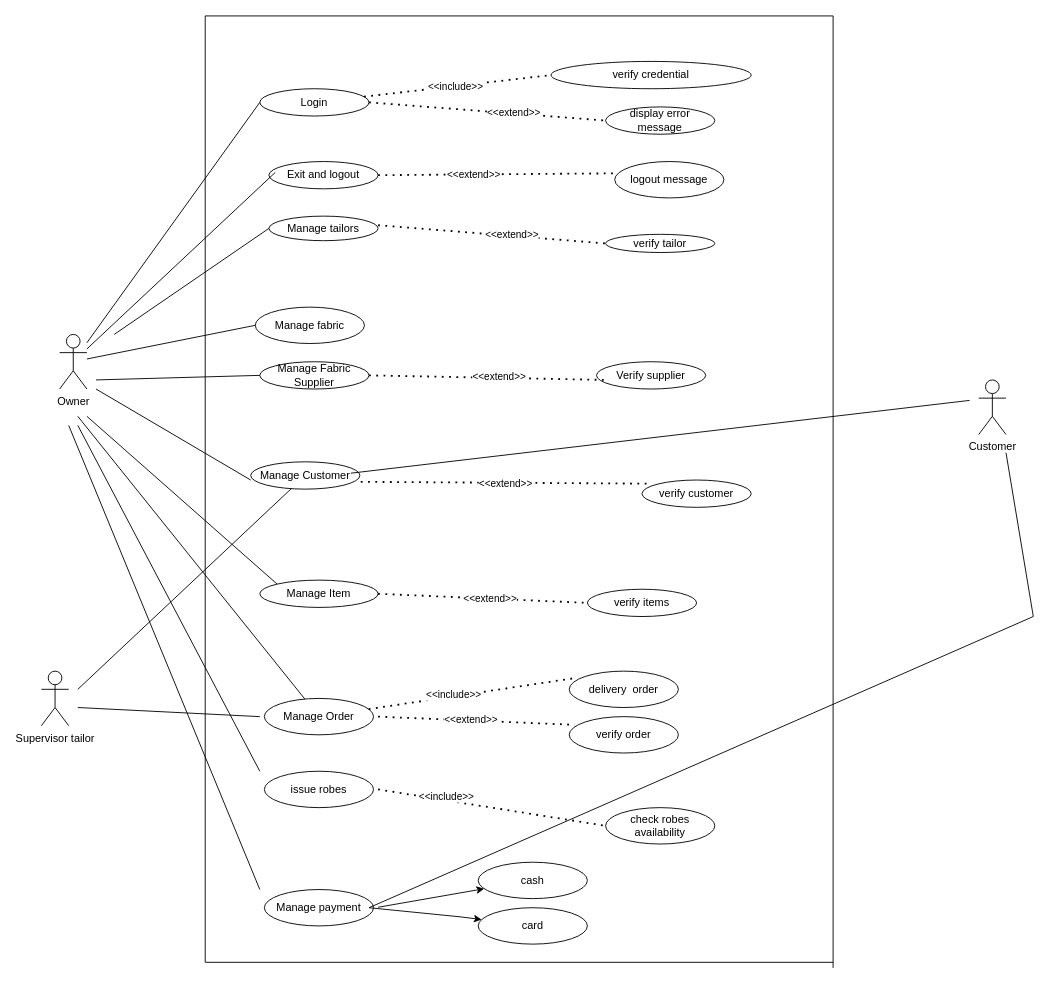
Before: Untitled Diagram.drawio in sarasiVidumini/drawio, a draw.io diagram. Source tidied: cells renumbered, new cells numbered last; positions are measured from the earlier drawing's top-left corner, leaving out a move shared by most shapes. Both pictures are drawn from the tidied source at 91%, with x=0, y=0 at pixel (41, 15).
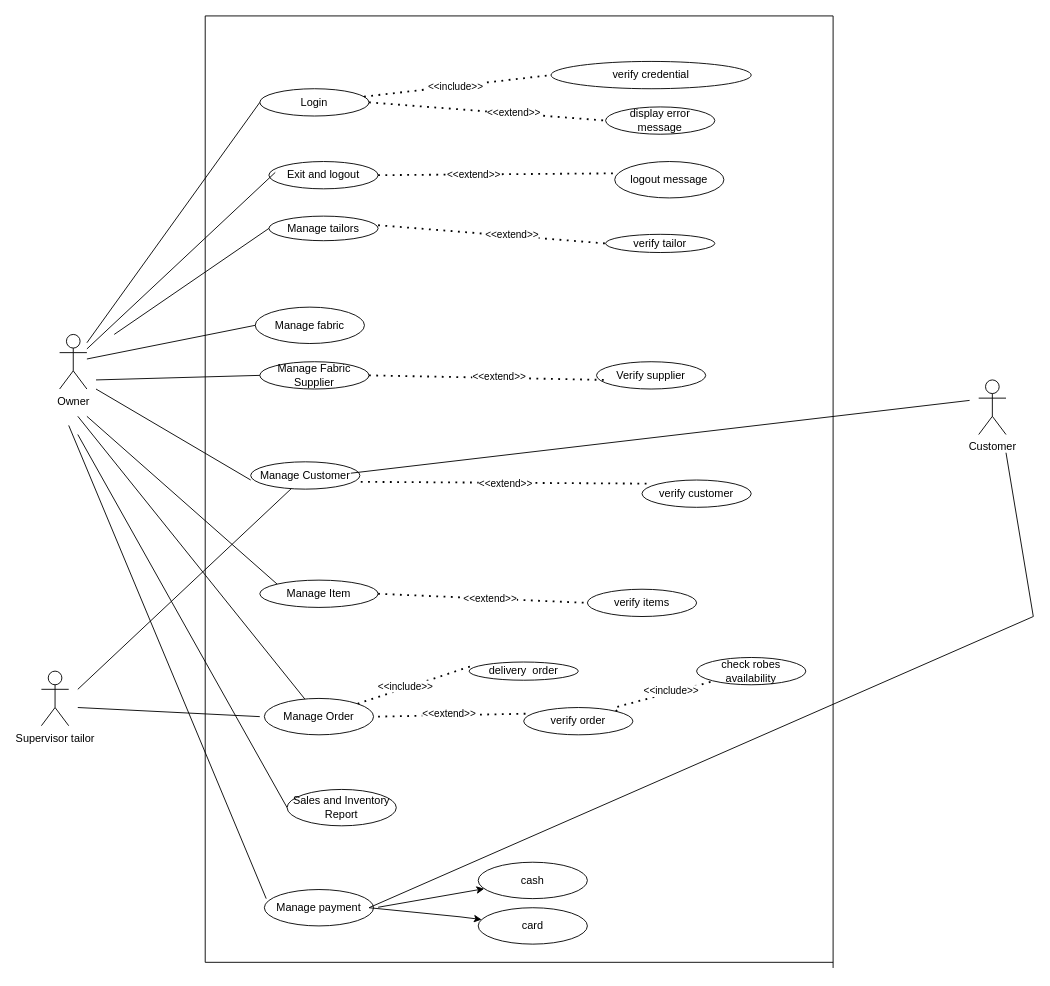
Above is the later version.

The change refers to these unchanged cells:
```xml
<mxCell id="18" value="Manage payment" style="ellipse;whiteSpace=wrap;html=1;" parent="1" vertex="1">
  <mxGeometry x="245" y="960" width="120" height="40" as="geometry" />
</mxCell>
```

Diff of the diagram source:
```diff
@@
-    <mxCell id="17" value="issue robes" style="ellipse;whiteSpace=wrap;html=1;" parent="1" vertex="1">
-      <mxGeometry x="245" y="830" width="120" height="40" as="geometry" />
-    </mxCell>
@@
     <mxCell id="19" value="check robes availability" style="ellipse;whiteSpace=wrap;html=1;" parent="1" vertex="1">
-      <mxGeometry x="620" y="870" width="120" height="40" as="geometry" />
+      <mxGeometry x="720" y="705" width="120" height="30" as="geometry" />
     </mxCell>
     <mxCell id="20" value="verify order" style="ellipse;whiteSpace=wrap;html=1;" parent="1" vertex="1">
-      <mxGeometry x="580" y="770" width="120" height="40" as="geometry" />
+      <mxGeometry x="530" y="760" width="120" height="30" as="geometry" />
     </mxCell>
@@
     <mxCell id="27" value="delivery&amp;nbsp; order" style="ellipse;whiteSpace=wrap;html=1;" parent="1" vertex="1">
-      <mxGeometry x="580" y="720" width="120" height="40" as="geometry" />
+      <mxGeometry x="470" y="710" width="120" height="20" as="geometry" />
     </mxCell>
@@
-    <mxCell id="36" style="endArrow=none;html=1;rounded=0;" parent="1" edge="1">
-      <mxGeometry relative="1" as="geometry">
-        <mxPoint x="40" y="450" as="sourcePoint" />
-        <mxPoint x="240" y="830" as="targetPoint" />
-      </mxGeometry>
-    </mxCell>
-    <mxCell id="37" style="endArrow=none;html=1;rounded=0;" parent="1" edge="1">
+    <mxCell id="37" style="endArrow=none;html=1;rounded=0;exitX=0.017;exitY=0.25;exitDx=0;exitDy=0;exitPerimeter=0;" parent="1" edge="1" source="18">
       <mxGeometry relative="1" as="geometry">
-        <mxPoint x="240" y="960" as="sourcePoint" />
         <mxPoint x="30" y="450" as="targetPoint" />
       </mxGeometry>
     </mxCell>
@@
-    <mxCell id="60" style="endArrow=none;dashed=1;html=1;dashPattern=1 3;strokeWidth=2;rounded=0;entryX=0;entryY=0.5;entryDx=0;entryDy=0;" parent="1" edge="1" target="19">
-      <mxGeometry relative="1" as="geometry">
-        <mxPoint x="370" y="850" as="sourcePoint" />
-      </mxGeometry>
-    </mxCell>
-    <mxCell id="61" value="&amp;lt;&amp;lt;include&amp;gt;&amp;gt;" style="edgeLabel;html=1;align=center;verticalAlign=middle;" parent="60" vertex="1">
-      <mxGeometry x="-0.41" y="4" relative="1" as="geometry" />
-    </mxCell>
@@
+    <mxCell id="70" style="endArrow=none;dashed=1;html=1;dashPattern=1 3;strokeWidth=2;rounded=0;exitX=1;exitY=0;exitDx=0;exitDy=0;" parent="1" edge="1" source="20" target="19">
+      <mxGeometry relative="1" as="geometry">
+        <Array as="points">
+          <mxPoint x="630" y="760" />
+        </Array>
+      </mxGeometry>
+    </mxCell>
+    <mxCell id="61" value="&amp;lt;&amp;lt;include&amp;gt;&amp;gt;" style="edgeLabel;html=1;align=center;verticalAlign=middle;" parent="70" vertex="1">
+      <mxGeometry x="0.17" y="2" relative="1" as="geometry" />
+    </mxCell>
+    <mxCell id="71" style="endArrow=none;html=1;rounded=0;" parent="1" edge="1">
+      <mxGeometry relative="1" as="geometry">
+        <mxPoint x="270" y="870" as="sourcePoint" />
+        <mxPoint x="40" y="460" as="targetPoint" />
+      </mxGeometry>
+    </mxCell>
+    <mxCell id="72" value="Sales and Inventory Report" style="ellipse;whiteSpace=wrap;html=1;" parent="1" vertex="1">
+      <mxGeometry x="270" y="850" width="120" height="40" as="geometry" />
+    </mxCell>
```
